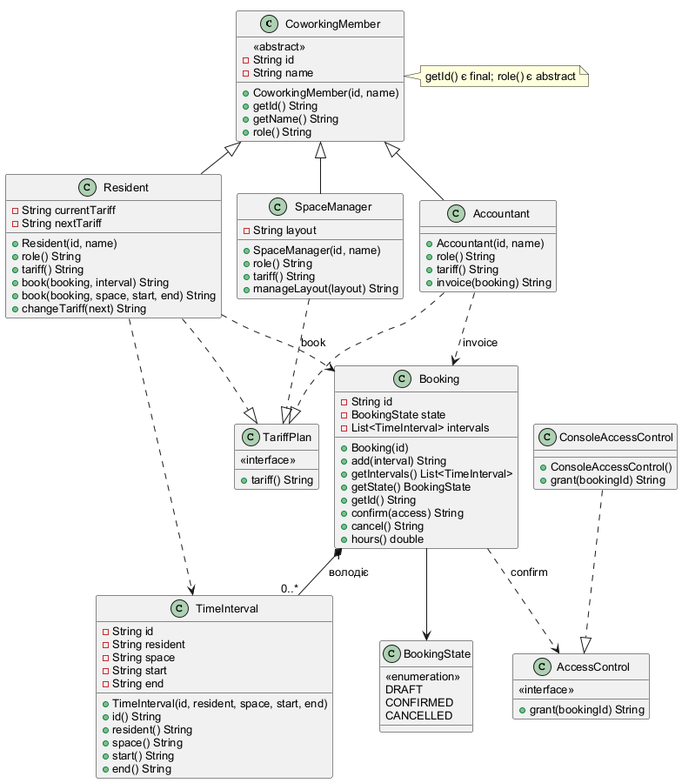
This is docs/class.png from auulina21/coworking-19, a PlantUML export, as it was before one commit.
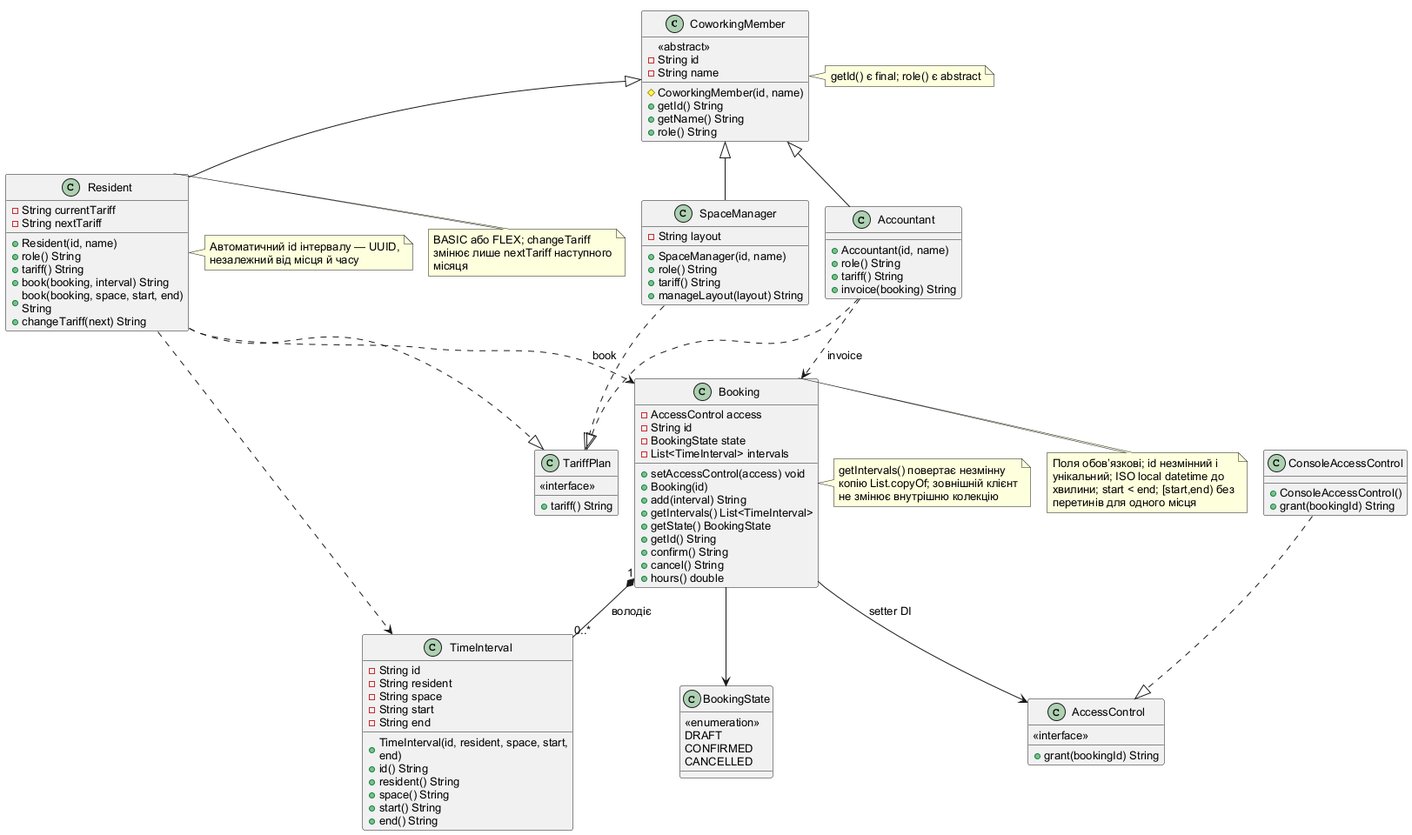
After the change.

Change to the diagram source:
```diff
@@ -2,13 +2,15 @@
 !pragma layout smetana
 skinparam defaultFontName Arial
 skinparam defaultFontSize 13
+skinparam maxMessageSize 85
+skinparam wrapWidth 220
 skinparam nodesep 35
 skinparam ranksep 45
 class CoworkingMember {
   <<abstract>>
   -String id
   -String name
-  +CoworkingMember(id, name)
+  #CoworkingMember(id, name)
   +getId() String
   +getName() String
   +role() String
@@ -60,6 +62,8 @@
   CANCELLED
 }
 class Booking {
+  -AccessControl access
+  +setAccessControl(access) void
   -String id
   -BookingState state
   -List<TimeInterval> intervals
@@ -68,7 +72,7 @@
   +getIntervals() List<TimeInterval>
   +getState() BookingState
   +getId() String
-  +confirm(access) String
+  +confirm() String
   +cancel() String
   +hours() double
 }
@@ -88,11 +92,18 @@
 Accountant ..|> TariffPlan
 Booking "1" *-- "0..*" TimeInterval : володіє
 Booking --> BookingState
-Booking ..> AccessControl : confirm
+Booking --> AccessControl : setter DI
 ConsoleAccessControl ..|> AccessControl
 Resident ..> Booking : book
 Resident ..> TimeInterval
 Accountant ..> Booking : invoice
 
 note right of CoworkingMember : getId() є final; role() є abstract
+
+note right of Resident : BASIC або FLEX; changeTariff змінює лише nextTariff наступного місяця
+note right of Booking : Поля обов’язкові; id незмінний і унікальний; ISO local datetime до хвилини; start < end; [start,end) без перетинів для одного місця
+
+note right of Resident : Автоматичний id інтервалу — UUID, незалежний від місця й часу
+
+note right of Booking : getIntervals() повертає незмінну копію List.copyOf; зовнішній клієнт не змінює внутрішню колекцію
 @enduml
```
